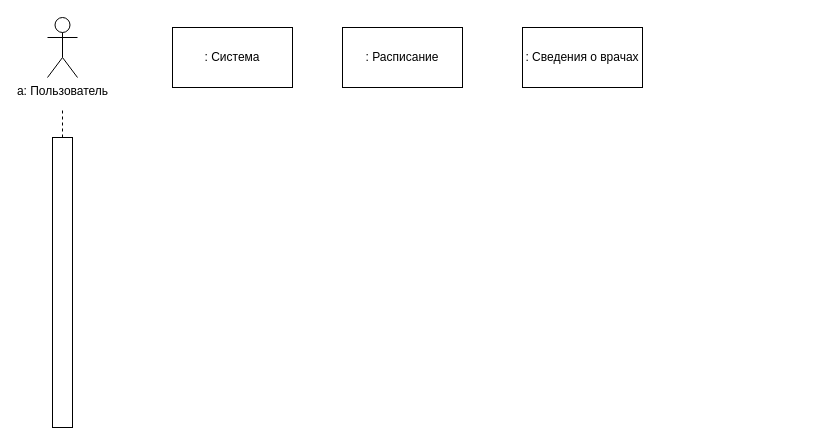
Earlier version of the draw.io diagram acms4_3.drawio (v-tempe/draw.io). Source tidied: cells renumbered, new cells numbered last; positions are measured from the earlier drawing's top-left corner, leaving out a move shared by most shapes. Both pictures are drawn from the tidied source at 100%, with x=0, y=0 at pixel (47, 17).
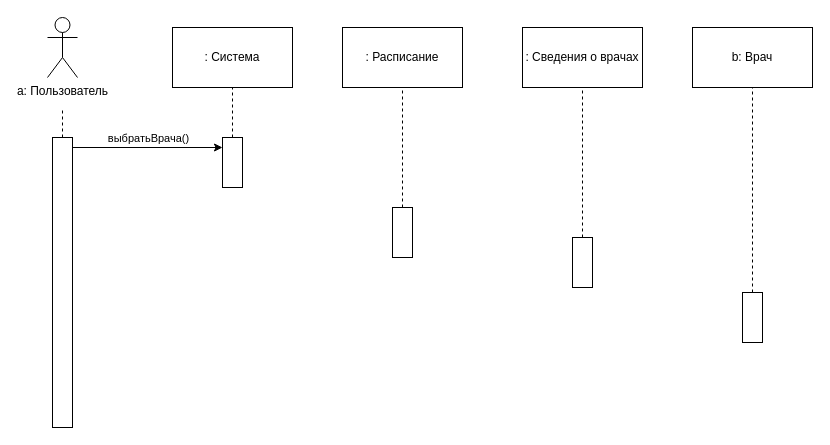
After the change.

Unchanged cells that the change refers to:
```xml
<mxCell id="3" value=": Система" style="rounded=0;whiteSpace=wrap;html=1;" parent="1" vertex="1">
  <mxGeometry x="125" y="10" width="120" height="60" as="geometry" />
</mxCell>
<mxCell id="4" value=": Расписание" style="rounded=0;whiteSpace=wrap;html=1;" parent="1" vertex="1">
  <mxGeometry x="295" y="10" width="120" height="60" as="geometry" />
</mxCell>
<mxCell id="5" value=": Сведения о врачах" style="rounded=0;whiteSpace=wrap;html=1;" parent="1" vertex="1">
  <mxGeometry x="475" y="10" width="120" height="60" as="geometry" />
</mxCell>
```

Diff of the diagram source:
```diff
@@
+    <mxCell id="8" style="rounded=0;whiteSpace=wrap;html=1;" parent="1" vertex="1">
+      <mxGeometry x="175" y="120" width="20" height="50" as="geometry" />
+    </mxCell>
+    <mxCell id="9" style="endArrow=classic;html=1;rounded=0;" parent="1" edge="1">
+      <mxGeometry relative="1" as="geometry">
+        <mxPoint x="25" y="130" as="sourcePoint" />
+        <mxPoint x="175" y="130" as="targetPoint" />
+      </mxGeometry>
+    </mxCell>
+    <mxCell id="10" value="выбратьВрача()" style="edgeLabel;html=1;align=center;verticalAlign=middle;" parent="9" vertex="1">
+      <mxGeometry relative="1" as="geometry">
+        <mxPoint y="-10" as="offset" />
+      </mxGeometry>
+    </mxCell>
+    <mxCell id="11" style="endArrow=none;dashed=1;html=1;rounded=0;entryX=0.5;entryY=1;entryDx=0;entryDy=0;exitX=0.5;exitY=0;exitDx=0;exitDy=0;" parent="1" edge="1" source="8" target="3">
+      <mxGeometry relative="1" as="geometry" />
+    </mxCell>
+    <mxCell id="12" style="rounded=0;whiteSpace=wrap;html=1;" parent="1" vertex="1">
+      <mxGeometry x="345" y="190" width="20" height="50" as="geometry" />
+    </mxCell>
+    <mxCell id="13" style="rounded=0;whiteSpace=wrap;html=1;" parent="1" vertex="1">
+      <mxGeometry x="525" y="220" width="20" height="50" as="geometry" />
+    </mxCell>
+    <mxCell id="14" style="endArrow=none;dashed=1;html=1;rounded=0;entryX=0.5;entryY=1;entryDx=0;entryDy=0;exitX=0.5;exitY=0;exitDx=0;exitDy=0;" parent="1" edge="1" source="13" target="5">
+      <mxGeometry relative="1" as="geometry" />
+    </mxCell>
+    <mxCell id="15" style="endArrow=none;dashed=1;html=1;rounded=0;entryX=0.5;entryY=1;entryDx=0;entryDy=0;exitX=0.5;exitY=0;exitDx=0;exitDy=0;" parent="1" edge="1" source="12" target="4">
+      <mxGeometry relative="1" as="geometry" />
+    </mxCell>
+    <mxCell id="16" value="b: Врач" style="rounded=0;whiteSpace=wrap;html=1;" parent="1" vertex="1">
+      <mxGeometry x="645" y="10" width="120" height="60" as="geometry" />
+    </mxCell>
+    <mxCell id="17" style="rounded=0;whiteSpace=wrap;html=1;" parent="1" vertex="1">
+      <mxGeometry x="695" y="275" width="20" height="50" as="geometry" />
+    </mxCell>
+    <mxCell id="18" style="endArrow=none;dashed=1;html=1;rounded=0;entryX=0.5;entryY=1;entryDx=0;entryDy=0;exitX=0.5;exitY=0;exitDx=0;exitDy=0;" parent="1" edge="1" source="17" target="16">
+      <mxGeometry relative="1" as="geometry" />
+    </mxCell>
```
